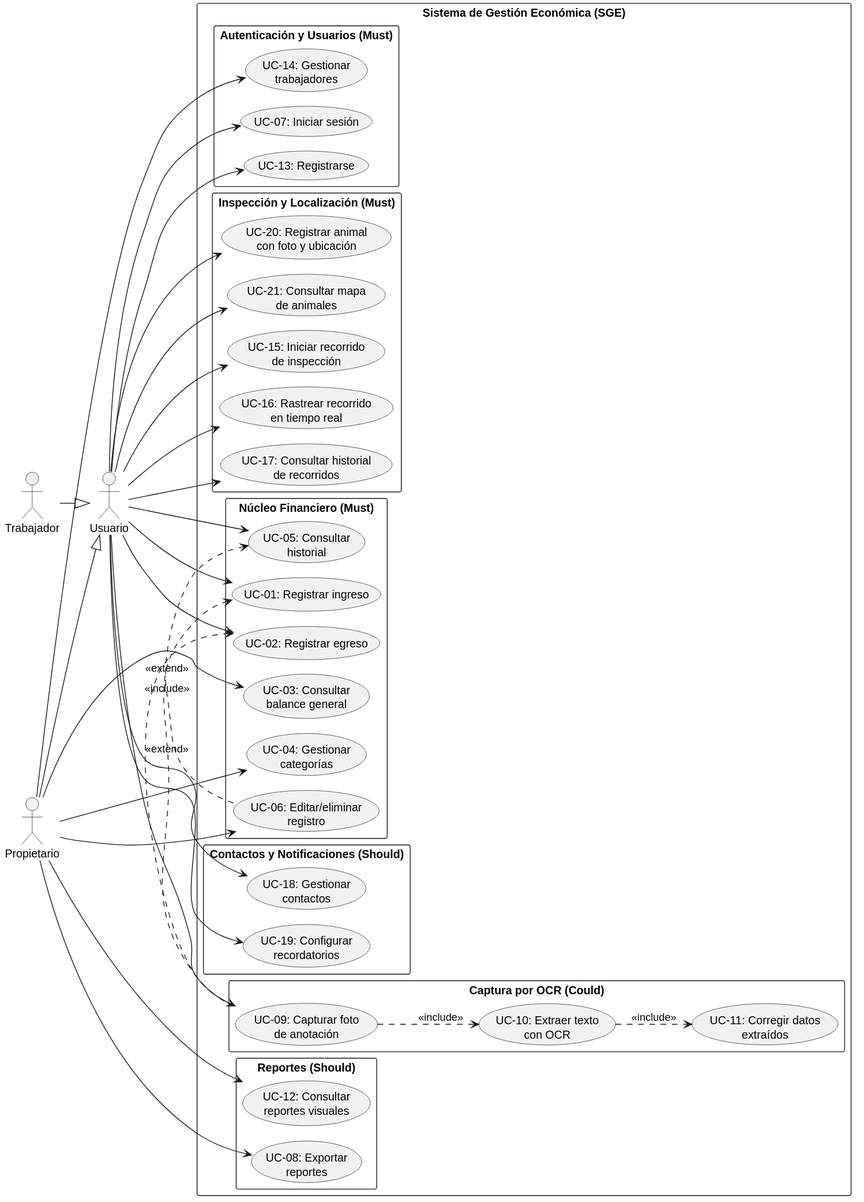
Earlier version of the PlantUML export docs/3-casos-uso-uml/assets/diagrama-casos-uso.svg (PUJ-ICM-1131/SGE).
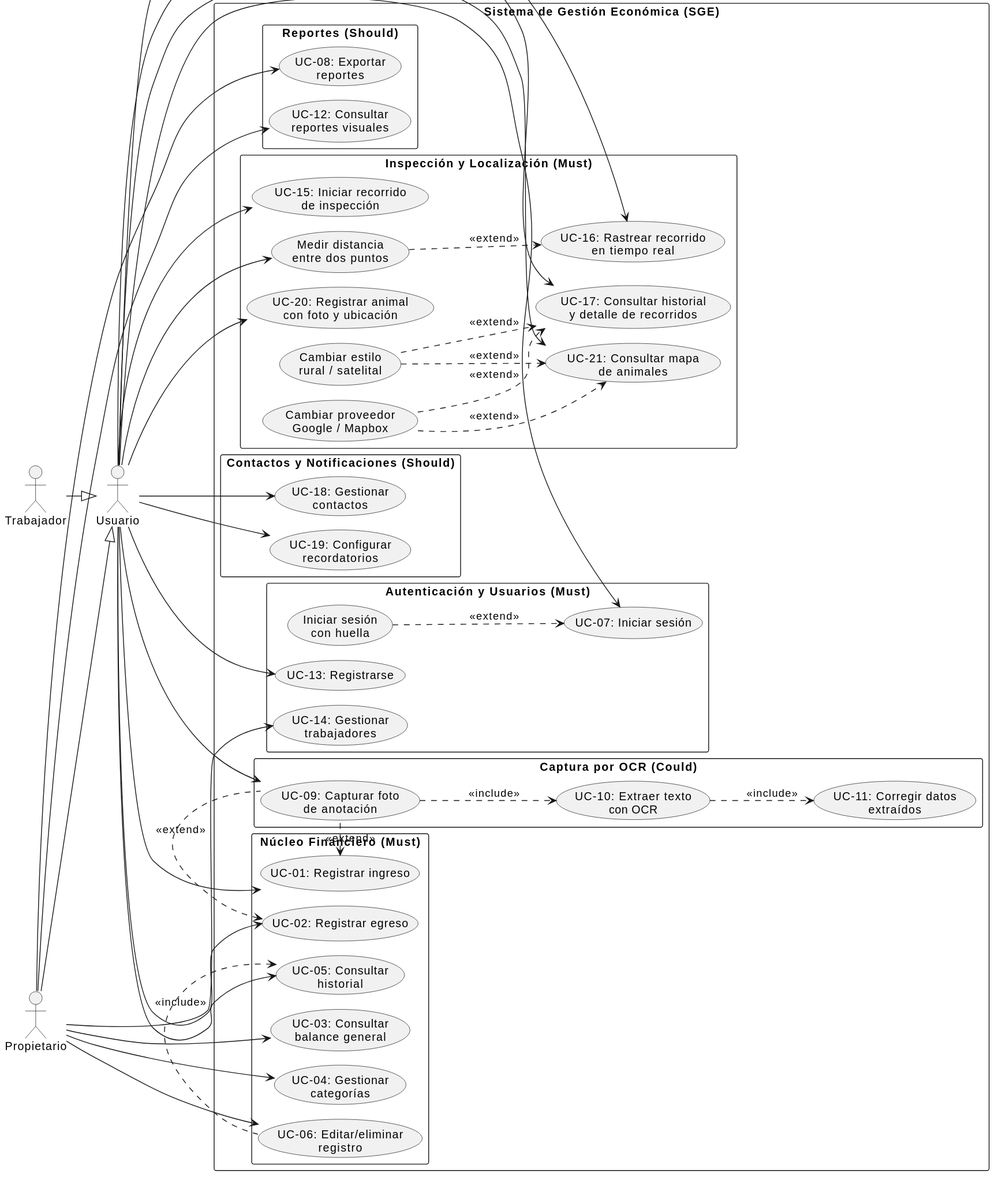
After the commit.

Commit message:
docs: update use case and class diagrams

The edit, as a diff of the source:
```diff
@@ -13,6 +13,7 @@
 
   package "Autenticación y Usuarios (Must)" {
     usecase "UC-07: Iniciar sesión" as UC07
+    usecase "Iniciar sesión\ncon huella" as UCBio
     usecase "UC-13: Registrarse" as UC13
     usecase "UC-14: Gestionar\ntrabajadores" as UC14
   }
@@ -29,9 +30,12 @@
   package "Inspección y Localización (Must)" {
     usecase "UC-15: Iniciar recorrido\nde inspección" as UC15
     usecase "UC-16: Rastrear recorrido\nen tiempo real" as UC16
-    usecase "UC-17: Consultar historial\nde recorridos" as UC17
+    usecase "UC-17: Consultar historial\ny detalle de recorridos" as UC17
+    usecase "Medir distancia\nentre dos puntos" as UCMeasure
     usecase "UC-20: Registrar animal\ncon foto y ubicación" as UC20
     usecase "UC-21: Consultar mapa\nde animales" as UC21
+    usecase "Cambiar proveedor\nGoogle / Mapbox" as UCMaps
+    usecase "Cambiar estilo\nrural / satelital" as UCStyle
   }
 
   package "Reportes (Should)" {
@@ -60,6 +64,7 @@
 user --> UC15
 user --> UC16
 user --> UC17
+user --> UCMeasure
 user --> UC20
 user --> UC21
 user --> UC18
@@ -78,4 +83,10 @@
 
 UC09 .left.> UC01 : <<extend>>
 UC09 .left.> UC02 : <<extend>>
+UCBio ..> UC07 : <<extend>>
+UCMaps ..> UC21 : <<extend>>
+UCMaps ..> UC17 : <<extend>>
+UCStyle ..> UC21 : <<extend>>
+UCStyle ..> UC17 : <<extend>>
+UCMeasure ..> UC16 : <<extend>>
 @enduml
```
